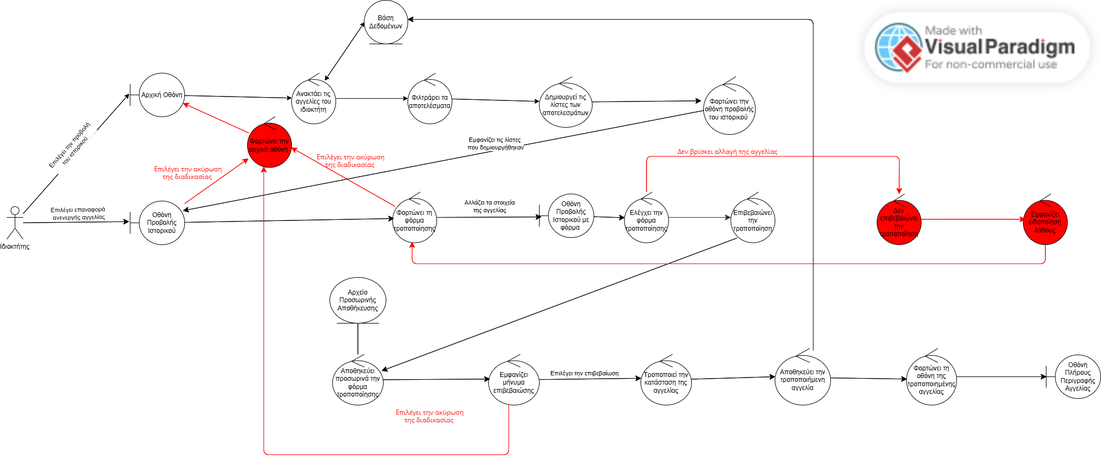
Above: robust_diagram/stathis/RD_archive.png in Mauragkas/LendIt (PlantUML), before the change. Its source is kept beside it as robust_diagram/stathis/RD_archive.puml. Source of this version:
```plantuml
@startuml
top to bottom direction
actor Ιδιοκτήτης

boundary "Αρχική Οθόνη" as B1
boundary "Οθόνη Προβολής Ιστορικού" as B2
boundary "Οθόνη Προβολής Ιστορικού με φόρμα" as B3
boundary "Οθόνη Πλήρους Περιγραφής Αγγελίας" as B4

control "Ανακτά τις αγγελίες του ιδιοκτήτη" as C1
control "Φιλτράρει τα αποτελέσματα" as C2
control "Δημιουργεί τις λίστες των αποτελεσμάτων" as C3
control "Φορτωνει την οθόνη προβολής ιστορικού" as C4
control "Φορτωνει την φορμα τροποποίησης" as C5
control "Ελεγχει την φορμα τροποποίησης" as C6
control "Αποθηκευη προσωρινά την φορμα τροποποίησης" as C7
control "εμφανιζει μηνυμα επιβεβαίωσης" as C8
control "Τροποποιεί την κατάσταση της αγγελίας" as C9
control "Αποθηκευεθ την τροποποιημένη αγγελία" as C10
control "Φορτωνει τη οθονη της τροποποιημένης αγγελίας" as C11

control "Φορτωνει την αρχικη οθονη" as AC1
control "Δεν επιβεβαιωνει την τροποποίησης" as AC2
control "εμφανιζει ειδοπ λαθ" as AC3

entity "Βάση Δεδομένων" as E1
entity "Αρχείο προσωρινής αποθήκευσης" as E2

Ιδιοκτήτης --> B1 : Επιλέγει την προβολή του ιστορικού
Ιδιοκτήτης --> B2 : Επιλέγει επαναφορά ανενεργής αγγελίας

B1 --> C1
C1 --> C2
C2 --> C3
C3 --> C4
C4 --> B2
B2 --> C5
C5 --> B3 : ALAZEI TA STEIXIA AGGELIAS
B3 --> C6
C6 --> C65
C65 --> C7
C7 --> E2
C7 --> C8
C8 --> C9
C9 --> C10
C10 --> C11
C11 --> B4

C6 --> AC2
AC2 --> AC3
AC3 --> C5

AC1 --> B1
B2 --> AC1
C8 --> AC1
C5 --> AC1

C1 --> E1

@enduml
```
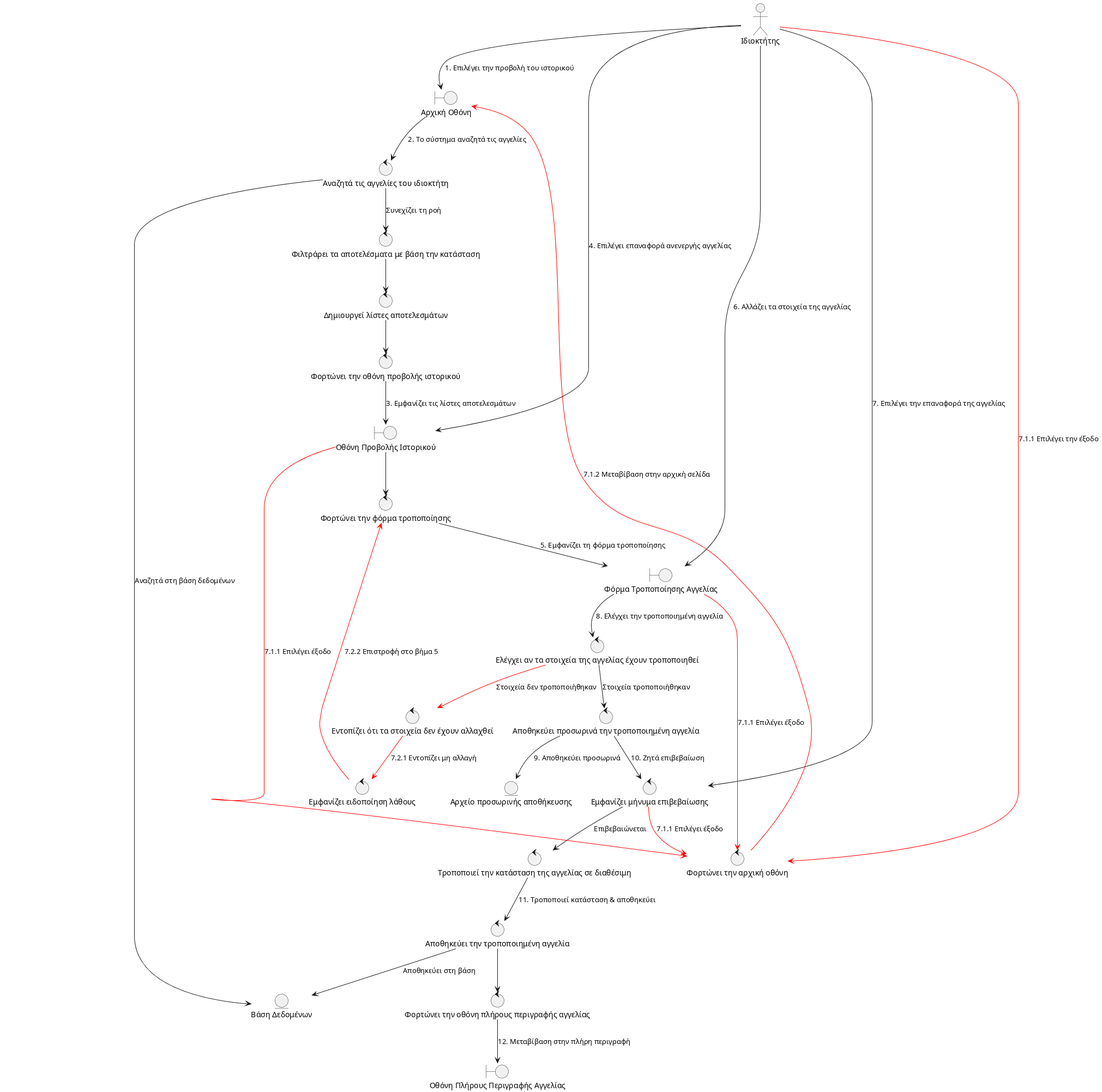
Later version of the same file.

Commit message:
seq diagrams for archive & review, revised

The edit, as a diff of the source:
```diff
@@ -4,57 +4,62 @@
 
 boundary "Αρχική Οθόνη" as B1
 boundary "Οθόνη Προβολής Ιστορικού" as B2
-boundary "Οθόνη Προβολής Ιστορικού με φόρμα" as B3
+boundary "Φόρμα Τροποποίησης Αγγελίας" as B3
 boundary "Οθόνη Πλήρους Περιγραφής Αγγελίας" as B4
 
-control "Ανακτά τις αγγελίες του ιδιοκτήτη" as C1
-control "Φιλτράρει τα αποτελέσματα" as C2
-control "Δημιουργεί τις λίστες των αποτελεσμάτων" as C3
-control "Φορτωνει την οθόνη προβολής ιστορικού" as C4
-control "Φορτωνει την φορμα τροποποίησης" as C5
-control "Ελεγχει την φορμα τροποποίησης" as C6
-control "Αποθηκευη προσωρινά την φορμα τροποποίησης" as C7
-control "εμφανιζει μηνυμα επιβεβαίωσης" as C8
-control "Τροποποιεί την κατάσταση της αγγελίας" as C9
-control "Αποθηκευεθ την τροποποιημένη αγγελία" as C10
-control "Φορτωνει τη οθονη της τροποποιημένης αγγελίας" as C11
+control "Αναζητά τις αγγελίες του ιδιοκτήτη" as C1
+control "Φιλτράρει τα αποτελέσματα με βάση την κατάσταση" as C2
+control "Δημιουργεί λίστες αποτελεσμάτων" as C3
+control "Φορτώνει την οθόνη προβολής ιστορικού" as C4
+control "Φορτώνει την φόρμα τροποποίησης" as C5
+control "Ελέγχει αν τα στοιχεία της αγγελίας έχουν τροποποιηθεί" as C6
+control "Αποθηκεύει προσωρινά την τροποποιημένη αγγελία" as C7
+control "Εμφανίζει μήνυμα επιβεβαίωσης" as C8
+control "Τροποποιεί την κατάσταση της αγγελίας σε διαθέσιμη" as C9
+control "Αποθηκεύει την τροποποιημένη αγγελία" as C10
+control "Φορτώνει την οθόνη πλήρους περιγραφής αγγελίας" as C11
 
-control "Φορτωνει την αρχικη οθονη" as AC1
-control "Δεν επιβεβαιωνει την τροποποίησης" as AC2
-control "εμφανιζει ειδοπ λαθ" as AC3
+control "Φορτώνει την αρχική οθόνη" as AC1
+control "Εντοπίζει ότι τα στοιχεία δεν έχουν αλλαχθεί" as AC2
+control "Εμφανίζει ειδοποίηση λάθους" as AC3
 
 entity "Βάση Δεδομένων" as E1
 entity "Αρχείο προσωρινής αποθήκευσης" as E2
 
-Ιδιοκτήτης --> B1 : Επιλέγει την προβολή του ιστορικού
-Ιδιοκτήτης --> B2 : Επιλέγει επαναφορά ανενεργής αγγελίας
+Ιδιοκτήτης --> B1 : 1. Επιλέγει την προβολή του ιστορικού
+Ιδιοκτήτης --> B2 : 4. Επιλέγει επαναφορά ανενεργής αγγελίας
+Ιδιοκτήτης --> B3 : 6. Αλλάζει τα στοιχεία της αγγελίας
+Ιδιοκτήτης --> C8 : 7. Επιλέγει την επαναφορά της αγγελίας
+Ιδιοκτήτης --> AC1 #red : 7.1.1 Επιλέγει την έξοδο
 
-B1 --> C1
-C1 --> C2
+B1 --> C1 : 2. Το σύστημα αναζητά τις αγγελίες
+C1 --> E1 : Αναζητά στη βάση δεδομένων
+C1 --> C2 : Συνεχίζει τη ροή
 C2 --> C3
 C3 --> C4
-C4 --> B2
+C4 --> B2 : 3. Εμφανίζει τις λίστες αποτελεσμάτων
+
 B2 --> C5
-C5 --> B3 : ALAZEI TA STEIXIA AGGELIAS
-B3 --> C6
-C6 --> C65
-C65 --> C7
-C7 --> E2
-C7 --> C8
-C8 --> C9
-C9 --> C10
+C5 --> B3 : 5. Εμφανίζει τη φόρμα τροποποίησης
+
+B3 --> C6 : 8. Ελέγχει την τροποποιημένη αγγελία
+C6 --> C7 : Στοιχεία τροποποιήθηκαν
+C7 --> E2 : 9. Αποθηκεύει προσωρινά
+C7 --> C8 : 10. Ζητά επιβεβαίωση
+
+C8 --> C9 : Επιβεβαιώνεται
+C9 --> C10 : 11. Τροποποιεί κατάσταση & αποθηκεύει
+C10 --> E1 : Αποθηκεύει στη βάση
 C10 --> C11
-C11 --> B4
+C11 --> B4 : 12. Μεταβίβαση στην πλήρη περιγραφή
 
-C6 --> AC2
-AC2 --> AC3
-AC3 --> C5
+C6 --> AC2 #red : Στοιχεία δεν τροποποιήθηκαν
+AC2 --> AC3 #red : 7.2.1 Εντοπίζει μη αλλαγή
+AC3 --> C5 #red : 7.2.2 Επιστροφή στο βήμα 5
 
-AC1 --> B1
-B2 --> AC1
-C8 --> AC1
-C5 --> AC1
-
-C1 --> E1
+B2 --> AC1 #red : 7.1.1 Επιλέγει έξοδο
+B3 --> AC1 #red : 7.1.1 Επιλέγει έξοδο
+C8 --> AC1 #red : 7.1.1 Επιλέγει έξοδο
+AC1 --> B1 #red : 7.1.2 Μεταβίβαση στην αρχική σελίδα
 
 @enduml
```
